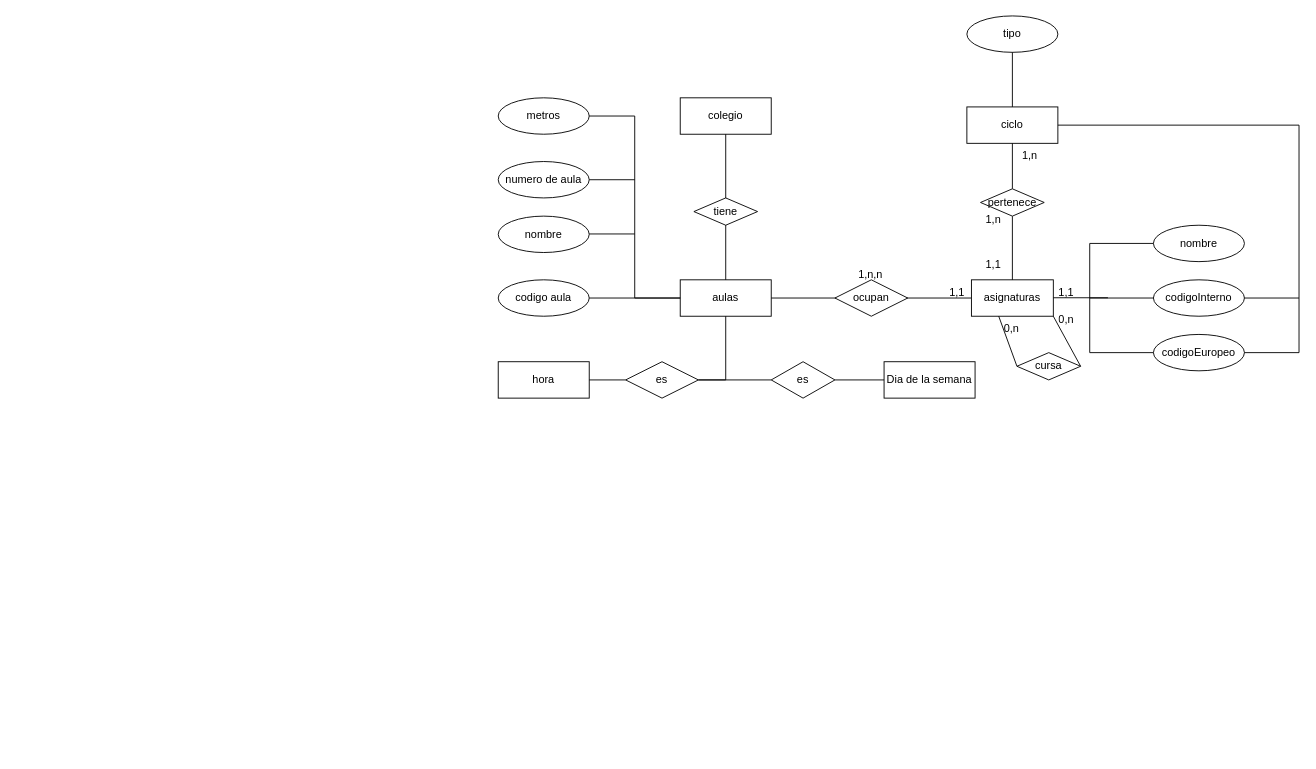
Before: ejercicio8.drawio in oscex/BBDD, a draw.io diagram. Source tidied: cells renumbered, new cells numbered last; positions are measured from the earlier drawing's top-left corner, leaving out a move shared by most shapes. Both pictures are drawn from the tidied source at 91%, with x=0, y=0 at pixel (498, 15).
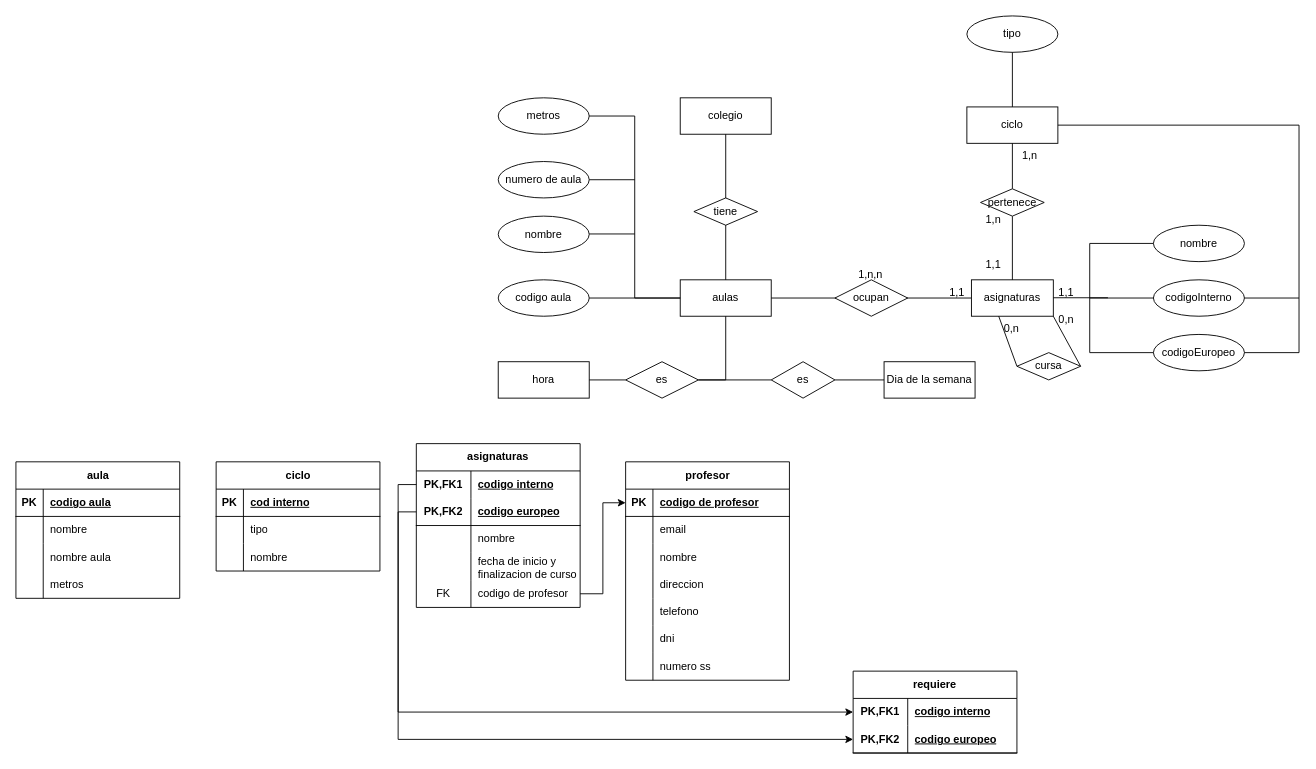
Above is the later version.

Diff of the diagram source:
```diff
@@
+    <mxCell id="51" value="aula" style="shape=table;startSize=30;childLayout=tableLayout;rowLines=0;fontStyle=1;align=center;html=1;" parent="1" vertex="1">
+      <mxGeometry x="-530" y="490" width="180" height="150" as="geometry" />
+    </mxCell>
+    <mxCell id="52" style="shape=tableRow;horizontal=0;startSize=0;swimlaneHead=0;swimlaneBody=0;fillColor=none;top=0;left=0;right=0;bottom=1;" parent="51" vertex="1">
+      <mxGeometry y="30" width="180" height="30" as="geometry" />
+    </mxCell>
+    <mxCell id="53" value="PK" style="shape=partialRectangle;fillColor=none;top=0;left=0;bottom=0;right=0;fontStyle=1;overflow=hidden;whiteSpace=wrap;html=1;" parent="52" vertex="1">
+      <mxGeometry width="30" height="30" as="geometry" />
+    </mxCell>
+    <mxCell id="54" value="codigo aula" style="shape=partialRectangle;fillColor=none;top=0;left=0;bottom=0;right=0;align=left;spacingLeft=6;fontStyle=5;overflow=hidden;whiteSpace=wrap;html=1;" parent="52" vertex="1">
+      <mxGeometry x="30" width="150" height="30" as="geometry" />
+    </mxCell>
+    <mxCell id="55" style="shape=tableRow;horizontal=0;startSize=0;swimlaneHead=0;swimlaneBody=0;fillColor=none;top=0;left=0;right=0;bottom=0;" parent="51" vertex="1">
+      <mxGeometry y="60" width="180" height="30" as="geometry" />
+    </mxCell>
+    <mxCell id="56" style="shape=partialRectangle;fillColor=none;top=0;left=0;bottom=0;right=0;overflow=hidden;whiteSpace=wrap;html=1;" parent="55" vertex="1">
+      <mxGeometry width="30" height="30" as="geometry" />
+    </mxCell>
+    <mxCell id="57" value="nombre" style="shape=partialRectangle;fillColor=none;top=0;left=0;bottom=0;right=0;align=left;spacingLeft=6;overflow=hidden;whiteSpace=wrap;html=1;" parent="55" vertex="1">
+      <mxGeometry x="30" width="150" height="30" as="geometry" />
+    </mxCell>
+    <mxCell id="58" style="shape=tableRow;horizontal=0;startSize=0;swimlaneHead=0;swimlaneBody=0;fillColor=none;top=0;left=0;right=0;bottom=0;" parent="51" vertex="1">
+      <mxGeometry y="90" width="180" height="30" as="geometry" />
+    </mxCell>
+    <mxCell id="59" style="shape=partialRectangle;fillColor=none;top=0;left=0;bottom=0;right=0;overflow=hidden;whiteSpace=wrap;html=1;" parent="58" vertex="1">
+      <mxGeometry width="30" height="30" as="geometry" />
+    </mxCell>
+    <mxCell id="60" value="nombre aula" style="shape=partialRectangle;fillColor=none;top=0;left=0;bottom=0;right=0;align=left;spacingLeft=6;overflow=hidden;whiteSpace=wrap;html=1;" parent="58" vertex="1">
+      <mxGeometry x="30" width="150" height="30" as="geometry" />
+    </mxCell>
+    <mxCell id="61" style="shape=tableRow;horizontal=0;startSize=0;swimlaneHead=0;swimlaneBody=0;fillColor=none;top=0;left=0;right=0;bottom=0;" parent="51" vertex="1">
+      <mxGeometry y="120" width="180" height="30" as="geometry" />
+    </mxCell>
+    <mxCell id="62" style="shape=partialRectangle;fillColor=none;top=0;left=0;bottom=0;right=0;overflow=hidden;whiteSpace=wrap;html=1;" parent="61" vertex="1">
+      <mxGeometry width="30" height="30" as="geometry" />
+    </mxCell>
+    <mxCell id="63" value="metros" style="shape=partialRectangle;fillColor=none;top=0;left=0;bottom=0;right=0;align=left;spacingLeft=6;overflow=hidden;whiteSpace=wrap;html=1;" parent="61" vertex="1">
+      <mxGeometry x="30" width="150" height="30" as="geometry" />
+    </mxCell>
+    <mxCell id="64" value="ciclo" style="shape=table;startSize=30;childLayout=tableLayout;rowLines=0;fontStyle=1;align=center;html=1;" parent="1" vertex="1">
+      <mxGeometry x="-310" y="490" width="180" height="120" as="geometry" />
+    </mxCell>
+    <mxCell id="65" style="shape=tableRow;horizontal=0;startSize=0;swimlaneHead=0;swimlaneBody=0;fillColor=none;top=0;left=0;right=0;bottom=1;" parent="64" vertex="1">
+      <mxGeometry y="30" width="180" height="30" as="geometry" />
+    </mxCell>
+    <mxCell id="66" value="PK" style="shape=partialRectangle;fillColor=none;top=0;left=0;bottom=0;right=0;fontStyle=1;overflow=hidden;whiteSpace=wrap;html=1;" parent="65" vertex="1">
+      <mxGeometry width="30" height="30" as="geometry" />
+    </mxCell>
+    <mxCell id="67" value="cod interno" style="shape=partialRectangle;fillColor=none;top=0;left=0;bottom=0;right=0;align=left;spacingLeft=6;fontStyle=5;overflow=hidden;whiteSpace=wrap;html=1;" parent="65" vertex="1">
+      <mxGeometry x="30" width="150" height="30" as="geometry" />
+    </mxCell>
+    <mxCell id="68" style="shape=tableRow;horizontal=0;startSize=0;swimlaneHead=0;swimlaneBody=0;fillColor=none;top=0;left=0;right=0;bottom=0;" parent="64" vertex="1">
+      <mxGeometry y="60" width="180" height="30" as="geometry" />
+    </mxCell>
+    <mxCell id="69" style="shape=partialRectangle;fillColor=none;top=0;left=0;bottom=0;right=0;overflow=hidden;whiteSpace=wrap;html=1;" parent="68" vertex="1">
+      <mxGeometry width="30" height="30" as="geometry" />
+    </mxCell>
+    <mxCell id="70" value="tipo" style="shape=partialRectangle;fillColor=none;top=0;left=0;bottom=0;right=0;align=left;spacingLeft=6;overflow=hidden;whiteSpace=wrap;html=1;" parent="68" vertex="1">
+      <mxGeometry x="30" width="150" height="30" as="geometry" />
+    </mxCell>
+    <mxCell id="71" style="shape=tableRow;horizontal=0;startSize=0;swimlaneHead=0;swimlaneBody=0;fillColor=none;top=0;left=0;right=0;bottom=0;" parent="64" vertex="1">
+      <mxGeometry y="90" width="180" height="30" as="geometry" />
+    </mxCell>
+    <mxCell id="72" style="shape=partialRectangle;fillColor=none;top=0;left=0;bottom=0;right=0;overflow=hidden;whiteSpace=wrap;html=1;" parent="71" vertex="1">
+      <mxGeometry width="30" height="30" as="geometry" />
+    </mxCell>
+    <mxCell id="73" value="nombre" style="shape=partialRectangle;fillColor=none;top=0;left=0;bottom=0;right=0;align=left;spacingLeft=6;overflow=hidden;whiteSpace=wrap;html=1;" parent="71" vertex="1">
+      <mxGeometry x="30" width="150" height="30" as="geometry" />
+    </mxCell>
+    <mxCell id="74" value="asignaturas" style="shape=table;startSize=30;childLayout=tableLayout;rowLines=0;fontStyle=1;align=center;html=1;whiteSpace=wrap;" parent="1" vertex="1">
+      <mxGeometry x="-90" y="470" width="180" height="180" as="geometry" />
+    </mxCell>
+    <mxCell id="75" style="shape=tableRow;horizontal=0;startSize=0;swimlaneHead=0;swimlaneBody=0;fillColor=none;points=[[0,0.5],[1,0.5]];portConstraint=eastwest;top=0;left=0;right=0;bottom=0;html=1;" parent="74" vertex="1">
+      <mxGeometry y="30" width="180" height="30" as="geometry" />
+    </mxCell>
+    <mxCell id="76" value="PK,FK1" style="shape=partialRectangle;fillColor=none;top=0;left=0;bottom=0;right=0;fontStyle=1;overflow=hidden;html=1;whiteSpace=wrap;" parent="75" vertex="1">
+      <mxGeometry width="60" height="30" as="geometry" />
+    </mxCell>
+    <mxCell id="77" value="codigo interno" style="shape=partialRectangle;fillColor=none;top=0;left=0;bottom=0;right=0;align=left;spacingLeft=6;fontStyle=5;overflow=hidden;html=1;whiteSpace=wrap;" parent="75" vertex="1">
+      <mxGeometry x="60" width="120" height="30" as="geometry" />
+    </mxCell>
+    <mxCell id="78" style="shape=tableRow;horizontal=0;startSize=0;swimlaneHead=0;swimlaneBody=0;fillColor=none;points=[[0,0.5],[1,0.5]];portConstraint=eastwest;top=0;left=0;right=0;bottom=1;html=1;" parent="74" vertex="1">
+      <mxGeometry y="60" width="180" height="30" as="geometry" />
+    </mxCell>
+    <mxCell id="79" value="PK,FK2" style="shape=partialRectangle;fillColor=none;top=0;left=0;bottom=0;right=0;fontStyle=1;overflow=hidden;html=1;whiteSpace=wrap;" parent="78" vertex="1">
+      <mxGeometry width="60" height="30" as="geometry" />
+    </mxCell>
+    <mxCell id="80" value="codigo europeo" style="shape=partialRectangle;fillColor=none;top=0;left=0;bottom=0;right=0;align=left;spacingLeft=6;fontStyle=5;overflow=hidden;html=1;whiteSpace=wrap;" parent="78" vertex="1">
+      <mxGeometry x="60" width="120" height="30" as="geometry" />
+    </mxCell>
+    <mxCell id="81" style="shape=tableRow;horizontal=0;startSize=0;swimlaneHead=0;swimlaneBody=0;fillColor=none;top=0;left=0;right=0;bottom=0;html=1;" parent="74" vertex="1">
+      <mxGeometry y="90" width="180" height="30" as="geometry" />
+    </mxCell>
+    <mxCell id="82" style="shape=partialRectangle;fillColor=none;top=0;left=0;bottom=0;right=0;overflow=hidden;html=1;whiteSpace=wrap;" parent="81" vertex="1">
+      <mxGeometry width="60" height="30" as="geometry" />
+    </mxCell>
+    <mxCell id="83" value="nombre" style="shape=partialRectangle;fillColor=none;top=0;left=0;bottom=0;right=0;align=left;spacingLeft=6;overflow=hidden;html=1;whiteSpace=wrap;" parent="81" vertex="1">
+      <mxGeometry x="60" width="120" height="30" as="geometry" />
+    </mxCell>
+    <mxCell id="84" style="shape=tableRow;horizontal=0;startSize=0;swimlaneHead=0;swimlaneBody=0;fillColor=none;top=0;left=0;right=0;bottom=0;html=1;" parent="74" vertex="1">
+      <mxGeometry y="120" width="180" height="30" as="geometry" />
+    </mxCell>
+    <mxCell id="85" style="shape=partialRectangle;fillColor=none;top=0;left=0;bottom=0;right=0;overflow=hidden;html=1;whiteSpace=wrap;" parent="84" vertex="1">
+      <mxGeometry width="60" height="30" as="geometry" />
+    </mxCell>
+    <mxCell id="86" value="fecha de inicio y finalizacion de curso" style="shape=partialRectangle;fillColor=none;top=0;left=0;bottom=0;right=0;align=left;spacingLeft=6;overflow=hidden;html=1;whiteSpace=wrap;" parent="84" vertex="1">
+      <mxGeometry x="60" width="120" height="30" as="geometry" />
+    </mxCell>
+    <mxCell id="87" style="shape=tableRow;horizontal=0;startSize=0;swimlaneHead=0;swimlaneBody=0;fillColor=none;points=[[0,0.5],[1,0.5]];portConstraint=eastwest;top=0;left=0;right=0;bottom=0;html=1;" parent="74" vertex="1">
+      <mxGeometry y="150" width="180" height="30" as="geometry" />
+    </mxCell>
+    <mxCell id="88" value="FK" style="shape=partialRectangle;fillColor=none;top=0;left=0;bottom=0;right=0;overflow=hidden;html=1;whiteSpace=wrap;" parent="87" vertex="1">
+      <mxGeometry width="60" height="30" as="geometry" />
+    </mxCell>
+    <mxCell id="89" value="codigo de profesor" style="shape=partialRectangle;fillColor=none;top=0;left=0;bottom=0;right=0;align=left;spacingLeft=6;overflow=hidden;html=1;whiteSpace=wrap;" parent="87" vertex="1">
+      <mxGeometry x="60" width="120" height="30" as="geometry" />
+    </mxCell>
+    <mxCell id="90" value="profesor" style="shape=table;startSize=30;childLayout=tableLayout;rowLines=0;fontStyle=1;align=center;html=1;" parent="1" vertex="1">
+      <mxGeometry x="140" y="490" width="180" height="240" as="geometry" />
+    </mxCell>
+    <mxCell id="91" style="shape=tableRow;horizontal=0;startSize=0;swimlaneHead=0;swimlaneBody=0;fillColor=none;points=[[0,0.5],[1,0.5]];portConstraint=eastwest;top=0;left=0;right=0;bottom=1;" parent="90" vertex="1">
+      <mxGeometry y="30" width="180" height="30" as="geometry" />
+    </mxCell>
+    <mxCell id="92" value="PK" style="shape=partialRectangle;fillColor=none;top=0;left=0;bottom=0;right=0;fontStyle=1;overflow=hidden;whiteSpace=wrap;html=1;" parent="91" vertex="1">
+      <mxGeometry width="30" height="30" as="geometry" />
+    </mxCell>
+    <mxCell id="93" value="codigo de profesor" style="shape=partialRectangle;fillColor=none;top=0;left=0;bottom=0;right=0;align=left;spacingLeft=6;fontStyle=5;overflow=hidden;whiteSpace=wrap;html=1;" parent="91" vertex="1">
+      <mxGeometry x="30" width="150" height="30" as="geometry" />
+    </mxCell>
+    <mxCell id="94" style="shape=tableRow;horizontal=0;startSize=0;swimlaneHead=0;swimlaneBody=0;fillColor=none;top=0;left=0;right=0;bottom=0;" parent="90" vertex="1">
+      <mxGeometry y="60" width="180" height="30" as="geometry" />
+    </mxCell>
+    <mxCell id="95" style="shape=partialRectangle;fillColor=none;top=0;left=0;bottom=0;right=0;overflow=hidden;whiteSpace=wrap;html=1;" parent="94" vertex="1">
+      <mxGeometry width="30" height="30" as="geometry" />
+    </mxCell>
+    <mxCell id="96" value="email" style="shape=partialRectangle;fillColor=none;top=0;left=0;bottom=0;right=0;align=left;spacingLeft=6;overflow=hidden;whiteSpace=wrap;html=1;" parent="94" vertex="1">
+      <mxGeometry x="30" width="150" height="30" as="geometry" />
+    </mxCell>
+    <mxCell id="97" style="shape=tableRow;horizontal=0;startSize=0;swimlaneHead=0;swimlaneBody=0;fillColor=none;top=0;left=0;right=0;bottom=0;" parent="90" vertex="1">
+      <mxGeometry y="90" width="180" height="30" as="geometry" />
+    </mxCell>
+    <mxCell id="98" style="shape=partialRectangle;fillColor=none;top=0;left=0;bottom=0;right=0;overflow=hidden;whiteSpace=wrap;html=1;" parent="97" vertex="1">
+      <mxGeometry width="30" height="30" as="geometry" />
+    </mxCell>
+    <mxCell id="99" value="nombre" style="shape=partialRectangle;fillColor=none;top=0;left=0;bottom=0;right=0;align=left;spacingLeft=6;overflow=hidden;whiteSpace=wrap;html=1;" parent="97" vertex="1">
+      <mxGeometry x="30" width="150" height="30" as="geometry" />
+    </mxCell>
+    <mxCell id="100" style="shape=tableRow;horizontal=0;startSize=0;swimlaneHead=0;swimlaneBody=0;fillColor=none;top=0;left=0;right=0;bottom=0;" parent="90" vertex="1">
+      <mxGeometry y="120" width="180" height="30" as="geometry" />
+    </mxCell>
+    <mxCell id="101" style="shape=partialRectangle;fillColor=none;top=0;left=0;bottom=0;right=0;overflow=hidden;whiteSpace=wrap;html=1;" parent="100" vertex="1">
+      <mxGeometry width="30" height="30" as="geometry" />
+    </mxCell>
+    <mxCell id="102" value="direccion" style="shape=partialRectangle;fillColor=none;top=0;left=0;bottom=0;right=0;align=left;spacingLeft=6;overflow=hidden;whiteSpace=wrap;html=1;" parent="100" vertex="1">
+      <mxGeometry x="30" width="150" height="30" as="geometry" />
+    </mxCell>
+    <mxCell id="103" style="shape=tableRow;horizontal=0;startSize=0;swimlaneHead=0;swimlaneBody=0;fillColor=none;top=0;left=0;right=0;bottom=0;" parent="90" vertex="1">
+      <mxGeometry y="150" width="180" height="30" as="geometry" />
+    </mxCell>
+    <mxCell id="104" style="shape=partialRectangle;fillColor=none;top=0;left=0;bottom=0;right=0;overflow=hidden;whiteSpace=wrap;html=1;" parent="103" vertex="1">
+      <mxGeometry width="30" height="30" as="geometry" />
+    </mxCell>
+    <mxCell id="105" value="telefono" style="shape=partialRectangle;fillColor=none;top=0;left=0;bottom=0;right=0;align=left;spacingLeft=6;overflow=hidden;whiteSpace=wrap;html=1;" parent="103" vertex="1">
+      <mxGeometry x="30" width="150" height="30" as="geometry" />
+    </mxCell>
+    <mxCell id="106" style="shape=tableRow;horizontal=0;startSize=0;swimlaneHead=0;swimlaneBody=0;fillColor=none;top=0;left=0;right=0;bottom=0;" parent="90" vertex="1">
+      <mxGeometry y="180" width="180" height="30" as="geometry" />
+    </mxCell>
+    <mxCell id="107" style="shape=partialRectangle;fillColor=none;top=0;left=0;bottom=0;right=0;overflow=hidden;whiteSpace=wrap;html=1;" parent="106" vertex="1">
+      <mxGeometry width="30" height="30" as="geometry" />
+    </mxCell>
+    <mxCell id="108" value="dni" style="shape=partialRectangle;fillColor=none;top=0;left=0;bottom=0;right=0;align=left;spacingLeft=6;overflow=hidden;whiteSpace=wrap;html=1;" parent="106" vertex="1">
+      <mxGeometry x="30" width="150" height="30" as="geometry" />
+    </mxCell>
+    <mxCell id="109" style="shape=tableRow;horizontal=0;startSize=0;swimlaneHead=0;swimlaneBody=0;fillColor=none;top=0;left=0;right=0;bottom=0;" parent="90" vertex="1">
+      <mxGeometry y="210" width="180" height="30" as="geometry" />
+    </mxCell>
+    <mxCell id="110" style="shape=partialRectangle;fillColor=none;top=0;left=0;bottom=0;right=0;overflow=hidden;whiteSpace=wrap;html=1;" parent="109" vertex="1">
+      <mxGeometry width="30" height="30" as="geometry" />
+    </mxCell>
+    <mxCell id="111" value="numero ss" style="shape=partialRectangle;fillColor=none;top=0;left=0;bottom=0;right=0;align=left;spacingLeft=6;overflow=hidden;whiteSpace=wrap;html=1;" parent="109" vertex="1">
+      <mxGeometry x="30" width="150" height="30" as="geometry" />
+    </mxCell>
+    <mxCell id="112" style="edgeStyle=orthogonalEdgeStyle;rounded=0;jettySize=auto;html=1;exitX=1;exitY=0.5;exitDx=0;exitDy=0;entryX=0;entryY=0.5;entryDx=0;entryDy=0;" parent="1" edge="1" source="87" target="91">
+      <mxGeometry relative="1" as="geometry" />
+    </mxCell>
+    <mxCell id="113" value="requiere" style="shape=table;startSize=30;childLayout=tableLayout;rowLines=0;fontStyle=1;align=center;html=1;whiteSpace=wrap;" parent="1" vertex="1">
+      <mxGeometry x="390" y="720" width="180" height="90" as="geometry" />
+    </mxCell>
+    <mxCell id="114" style="shape=tableRow;horizontal=0;startSize=0;swimlaneHead=0;swimlaneBody=0;fillColor=none;points=[[0,0.5],[1,0.5]];portConstraint=eastwest;top=0;left=0;right=0;bottom=0;html=1;" parent="113" vertex="1">
+      <mxGeometry y="30" width="180" height="30" as="geometry" />
+    </mxCell>
+    <mxCell id="115" value="PK,FK1" style="shape=partialRectangle;fillColor=none;top=0;left=0;bottom=0;right=0;fontStyle=1;overflow=hidden;html=1;whiteSpace=wrap;" parent="114" vertex="1">
+      <mxGeometry width="60" height="30" as="geometry" />
+    </mxCell>
+    <mxCell id="116" value="codigo interno" style="shape=partialRectangle;fillColor=none;top=0;left=0;bottom=0;right=0;align=left;spacingLeft=6;fontStyle=5;overflow=hidden;html=1;whiteSpace=wrap;" parent="114" vertex="1">
+      <mxGeometry x="60" width="120" height="30" as="geometry" />
+    </mxCell>
+    <mxCell id="117" style="shape=tableRow;horizontal=0;startSize=0;swimlaneHead=0;swimlaneBody=0;fillColor=none;points=[[0,0.5],[1,0.5]];portConstraint=eastwest;top=0;left=0;right=0;bottom=1;html=1;" parent="113" vertex="1">
+      <mxGeometry y="60" width="180" height="30" as="geometry" />
+    </mxCell>
+    <mxCell id="118" value="PK,FK2" style="shape=partialRectangle;fillColor=none;top=0;left=0;bottom=0;right=0;fontStyle=1;overflow=hidden;html=1;whiteSpace=wrap;" parent="117" vertex="1">
+      <mxGeometry width="60" height="30" as="geometry" />
+    </mxCell>
+    <mxCell id="119" value="codigo europeo" style="shape=partialRectangle;fillColor=none;top=0;left=0;bottom=0;right=0;align=left;spacingLeft=6;fontStyle=5;overflow=hidden;html=1;whiteSpace=wrap;" parent="117" vertex="1">
+      <mxGeometry x="60" width="120" height="30" as="geometry" />
+    </mxCell>
+    <mxCell id="120" style="edgeStyle=orthogonalEdgeStyle;rounded=0;jettySize=auto;html=1;exitX=0;exitY=0.5;exitDx=0;exitDy=0;entryX=0;entryY=0.5;entryDx=0;entryDy=0;" parent="1" edge="1" source="75" target="114">
+      <mxGeometry relative="1" as="geometry" />
+    </mxCell>
+    <mxCell id="121" style="edgeStyle=orthogonalEdgeStyle;rounded=0;jettySize=auto;html=1;exitX=0;exitY=0.5;exitDx=0;exitDy=0;entryX=0;entryY=0.5;entryDx=0;entryDy=0;" parent="1" edge="1" source="78" target="117">
+      <mxGeometry relative="1" as="geometry" />
+    </mxCell>
```
